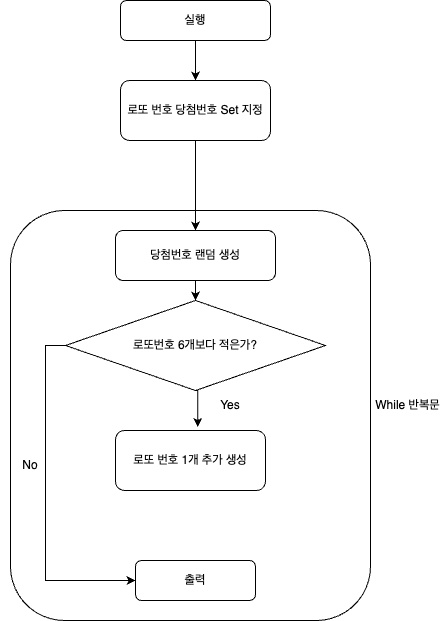
Earlier version of the draw.io export CodeStarterCamp_Week2/로또 당첨번호 생성기  순서도.png (yagom-academy/swift-starter-Round2). Source tidied: cells renumbered, new cells last; positions are measured from the earlier drawing's top-left corner, leaving out a move shared by most shapes. The source it was exported from:
```xml
<mxGraphModel>
  <root>
    <mxCell id="0" />
    <mxCell id="1" parent="0" />
    <mxCell id="2" style="edgeStyle=orthogonalEdgeStyle;rounded=0;jettySize=auto;html=1;exitX=0.5;exitY=1;exitDx=0;exitDy=0;entryX=0.5;entryY=0;entryDx=0;entryDy=0;" parent="1" edge="1" source="3" target="6">
      <mxGeometry relative="1" as="geometry" />
    </mxCell>
    <mxCell id="3" value="실행" style="rounded=1;whiteSpace=wrap;html=1;fontSize=12;glass=0;strokeWidth=1;shadow=0;" parent="1" vertex="1">
      <mxGeometry x="120" width="150" height="40" as="geometry" />
    </mxCell>
    <mxCell id="4" value="출력" style="rounded=1;whiteSpace=wrap;html=1;fontSize=12;glass=0;strokeWidth=1;shadow=0;" parent="1" vertex="1">
      <mxGeometry x="135" y="560" width="120" height="40" as="geometry" />
    </mxCell>
    <mxCell id="5" style="edgeStyle=orthogonalEdgeStyle;rounded=0;jettySize=auto;html=1;exitX=0.5;exitY=1;exitDx=0;exitDy=0;entryX=0.5;entryY=0;entryDx=0;entryDy=0;" parent="1" edge="1" source="6" target="9">
      <mxGeometry relative="1" as="geometry" />
    </mxCell>
    <mxCell id="6" value="로또 번호 당첨번호 Set 지정" style="rounded=1;whiteSpace=wrap;html=1;" parent="1" vertex="1">
      <mxGeometry x="120" y="80" width="150" height="60" as="geometry" />
    </mxCell>
    <mxCell id="7" value="로또 번호 1개 추가 생성" style="rounded=1;whiteSpace=wrap;html=1;" parent="1" vertex="1">
      <mxGeometry x="115" y="430" width="150" height="60" as="geometry" />
    </mxCell>
    <mxCell id="8" style="edgeStyle=orthogonalEdgeStyle;rounded=0;jettySize=auto;html=1;exitX=0.5;exitY=1;exitDx=0;exitDy=0;entryX=0.5;entryY=0;entryDx=0;entryDy=0;" parent="1" edge="1" source="9" target="15">
      <mxGeometry relative="1" as="geometry" />
    </mxCell>
    <mxCell id="9" value="당첨번호 랜덤 생성" style="rounded=1;whiteSpace=wrap;html=1;" parent="1" vertex="1">
      <mxGeometry x="115" y="230" width="160" height="50" as="geometry" />
    </mxCell>
    <mxCell id="10" value="Yes" style="text;html=1;strokeColor=none;fillColor=none;align=center;verticalAlign=middle;whiteSpace=wrap;rounded=0;" parent="1" vertex="1">
      <mxGeometry x="200" y="390" width="60" height="30" as="geometry" />
    </mxCell>
    <mxCell id="11" value="No" style="text;html=1;strokeColor=none;fillColor=none;align=center;verticalAlign=middle;whiteSpace=wrap;rounded=0;" parent="1" vertex="1">
      <mxGeometry y="450" width="60" height="30" as="geometry" />
    </mxCell>
    <mxCell id="12" value="While 반복문" style="text;html=1;strokeColor=none;fillColor=none;align=center;verticalAlign=middle;whiteSpace=wrap;rounded=0;" parent="1" vertex="1">
      <mxGeometry x="370" y="390" width="75" height="30" as="geometry" />
    </mxCell>
    <mxCell id="13" style="edgeStyle=orthogonalEdgeStyle;rounded=0;jettySize=auto;html=1;exitX=0;exitY=0.5;exitDx=0;exitDy=0;entryX=0;entryY=0.5;entryDx=0;entryDy=0;" parent="1" edge="1" source="15" target="4">
      <mxGeometry relative="1" as="geometry" />
    </mxCell>
    <mxCell id="14" style="edgeStyle=orthogonalEdgeStyle;rounded=0;jettySize=auto;html=1;exitX=0.5;exitY=1;exitDx=0;exitDy=0;entryX=0.548;entryY=-0.057;entryDx=0;entryDy=0;entryPerimeter=0;" parent="1" edge="1" source="15" target="7">
      <mxGeometry relative="1" as="geometry" />
    </mxCell>
    <mxCell id="15" value="로또번호 6개보다 적은가?" style="rhombus;whiteSpace=wrap;html=1;" parent="1" vertex="1">
      <mxGeometry x="65" y="300" width="260" height="90" as="geometry" />
    </mxCell>
    <mxCell id="16" style="edgeStyle=orthogonalEdgeStyle;rounded=0;orthogonalLoop=1;jettySize=auto;html=1;exitX=0.5;exitY=1;exitDx=0;exitDy=0;" parent="1" edge="1" source="7" target="7">
      <mxGeometry relative="1" as="geometry" />
    </mxCell>
    <mxCell id="17" style="rounded=1;whiteSpace=wrap;html=1;gradientColor=none;fillColor=none;" parent="1" vertex="1">
      <mxGeometry x="10" y="210" width="360" height="410" as="geometry" />
    </mxCell>
  </root>
</mxGraphModel>
```
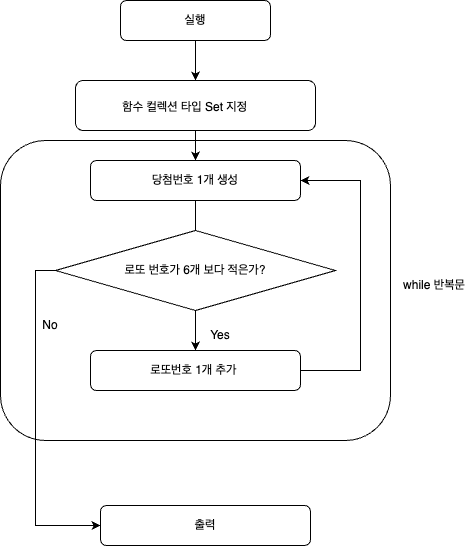
Later version of the same file.

Commit message:
순서도 수정

What changed in the source:
```diff
@@ -2,53 +2,63 @@
   <root>
     <mxCell id="0" />
     <mxCell id="1" parent="0" />
-    <mxCell id="2" style="edgeStyle=orthogonalEdgeStyle;rounded=0;jettySize=auto;html=1;exitX=0.5;exitY=1;exitDx=0;exitDy=0;entryX=0.5;entryY=0;entryDx=0;entryDy=0;" parent="1" edge="1" source="3" target="6">
-      <mxGeometry relative="1" as="geometry" />
-    </mxCell>
+    <mxCell id="18" style="edgeStyle=orthogonalEdgeStyle;rounded=0;jettySize=auto;html=1;exitX=0.5;exitY=1;exitDx=0;exitDy=0;entryX=0.5;entryY=0;entryDx=0;entryDy=0;" parent="1" edge="1" source="3" target="20">
+      <mxGeometry relative="1" as="geometry" />
+    </mxCell>
     <mxCell id="3" value="실행" style="rounded=1;whiteSpace=wrap;html=1;fontSize=12;glass=0;strokeWidth=1;shadow=0;" parent="1" vertex="1">
-      <mxGeometry x="120" width="150" height="40" as="geometry" />
+      <mxGeometry x="120" y="-20" width="150" height="40" as="geometry" />
     </mxCell>
+    <mxCell id="19" style="edgeStyle=orthogonalEdgeStyle;rounded=0;jettySize=auto;html=1;exitX=0.5;exitY=1;exitDx=0;exitDy=0;entryX=0.5;entryY=0;entryDx=0;entryDy=0;" parent="1" edge="1" source="20" target="22">
+      <mxGeometry relative="1" as="geometry" />
+    </mxCell>
+    <mxCell id="20" value="함수 컬렉션 타입 Set 지정&lt;span style=&quot;font-family: Menlo; font-size: 17px; text-align: start; color: rgba(255, 255, 255, 0.85);&quot; class=&quot;s1&quot;&gt;()&lt;/span&gt;" style="rounded=1;whiteSpace=wrap;html=1;fontSize=12;glass=0;strokeWidth=1;shadow=0;" parent="1" vertex="1">
+      <mxGeometry x="75" y="60" width="240" height="50" as="geometry" />
+    </mxCell>
+    <mxCell id="21" style="edgeStyle=orthogonalEdgeStyle;rounded=0;jettySize=auto;html=1;" parent="1" edge="1" source="22">
+      <mxGeometry relative="1" as="geometry">
+        <mxPoint x="195" y="240" as="targetPoint" />
+      </mxGeometry>
+    </mxCell>
+    <mxCell id="22" value="당첨번호 1개 생성" style="rounded=1;whiteSpace=wrap;html=1;fontSize=12;glass=0;strokeWidth=1;shadow=0;" parent="1" vertex="1">
+      <mxGeometry x="90" y="140" width="210" height="40" as="geometry" />
+    </mxCell>
+    <mxCell id="23" style="edgeStyle=orthogonalEdgeStyle;rounded=0;orthogonalLoop=1;jettySize=auto;html=1;exitX=0.5;exitY=1;exitDx=0;exitDy=0;" parent="1" edge="1" source="20" target="20">
+      <mxGeometry relative="1" as="geometry" />
+    </mxCell>
+    <mxCell id="24" style="edgeStyle=orthogonalEdgeStyle;rounded=0;jettySize=auto;html=1;entryX=0.5;entryY=0;entryDx=0;entryDy=0;" parent="1" edge="1" source="26" target="28">
+      <mxGeometry relative="1" as="geometry" />
+    </mxCell>
+    <mxCell id="25" style="edgeStyle=orthogonalEdgeStyle;rounded=0;jettySize=auto;html=1;exitX=0;exitY=0.5;exitDx=0;exitDy=0;entryX=0;entryY=0.5;entryDx=0;entryDy=0;" parent="1" edge="1" source="26" target="4">
+      <mxGeometry relative="1" as="geometry" />
+    </mxCell>
+    <mxCell id="26" value="로또 번호가 6개 보다 적은가?" style="rhombus;whiteSpace=wrap;html=1;" parent="1" vertex="1">
+      <mxGeometry x="55" y="210" width="280" height="80" as="geometry" />
+    </mxCell>
+    <mxCell id="27" style="edgeStyle=orthogonalEdgeStyle;rounded=0;jettySize=auto;html=1;entryX=1;entryY=0.5;entryDx=0;entryDy=0;" parent="1" edge="1" source="28" target="22">
+      <mxGeometry relative="1" as="geometry">
+        <Array as="points">
+          <mxPoint x="360" y="350" />
+          <mxPoint x="360" y="160" />
+        </Array>
+      </mxGeometry>
+    </mxCell>
+    <mxCell id="28" value="로또번호 1개 추가&amp;nbsp;" style="rounded=1;whiteSpace=wrap;html=1;fontSize=12;glass=0;strokeWidth=1;shadow=0;" parent="1" vertex="1">
+      <mxGeometry x="90" y="330" width="210" height="40" as="geometry" />
+    </mxCell>
     <mxCell id="4" value="출력" style="rounded=1;whiteSpace=wrap;html=1;fontSize=12;glass=0;strokeWidth=1;shadow=0;" parent="1" vertex="1">
-      <mxGeometry x="135" y="560" width="120" height="40" as="geometry" />
+      <mxGeometry x="100" y="485" width="210" height="40" as="geometry" />
     </mxCell>
-    <mxCell id="5" style="edgeStyle=orthogonalEdgeStyle;rounded=0;jettySize=auto;html=1;exitX=0.5;exitY=1;exitDx=0;exitDy=0;entryX=0.5;entryY=0;entryDx=0;entryDy=0;" parent="1" edge="1" source="6" target="9">
-      <mxGeometry relative="1" as="geometry" />
-    </mxCell>
-    <mxCell id="6" value="로또 번호 당첨번호 Set 지정" style="rounded=1;whiteSpace=wrap;html=1;" parent="1" vertex="1">
-      <mxGeometry x="120" y="80" width="150" height="60" as="geometry" />
-    </mxCell>
-    <mxCell id="7" value="로또 번호 1개 추가 생성" style="rounded=1;whiteSpace=wrap;html=1;" parent="1" vertex="1">
-      <mxGeometry x="115" y="430" width="150" height="60" as="geometry" />
-    </mxCell>
-    <mxCell id="8" style="edgeStyle=orthogonalEdgeStyle;rounded=0;jettySize=auto;html=1;exitX=0.5;exitY=1;exitDx=0;exitDy=0;entryX=0.5;entryY=0;entryDx=0;entryDy=0;" parent="1" edge="1" source="9" target="15">
-      <mxGeometry relative="1" as="geometry" />
-    </mxCell>
-    <mxCell id="9" value="당첨번호 랜덤 생성" style="rounded=1;whiteSpace=wrap;html=1;" parent="1" vertex="1">
-      <mxGeometry x="115" y="230" width="160" height="50" as="geometry" />
-    </mxCell>
+    <mxCell id="11" value="No" style="text;html=1;strokeColor=none;fillColor=none;align=center;verticalAlign=middle;whiteSpace=wrap;rounded=0;" parent="1" vertex="1">
+      <mxGeometry x="20" y="290" width="60" height="30" as="geometry" />
+    </mxCell>
     <mxCell id="10" value="Yes" style="text;html=1;strokeColor=none;fillColor=none;align=center;verticalAlign=middle;whiteSpace=wrap;rounded=0;" parent="1" vertex="1">
-      <mxGeometry x="200" y="390" width="60" height="30" as="geometry" />
+      <mxGeometry x="190" y="300" width="60" height="30" as="geometry" />
     </mxCell>
-    <mxCell id="11" value="No" style="text;html=1;strokeColor=none;fillColor=none;align=center;verticalAlign=middle;whiteSpace=wrap;rounded=0;" parent="1" vertex="1">
-      <mxGeometry y="450" width="60" height="30" as="geometry" />
-    </mxCell>
-    <mxCell id="12" value="While 반복문" style="text;html=1;strokeColor=none;fillColor=none;align=center;verticalAlign=middle;whiteSpace=wrap;rounded=0;" parent="1" vertex="1">
-      <mxGeometry x="370" y="390" width="75" height="30" as="geometry" />
-    </mxCell>
-    <mxCell id="13" style="edgeStyle=orthogonalEdgeStyle;rounded=0;jettySize=auto;html=1;exitX=0;exitY=0.5;exitDx=0;exitDy=0;entryX=0;entryY=0.5;entryDx=0;entryDy=0;" parent="1" edge="1" source="15" target="4">
-      <mxGeometry relative="1" as="geometry" />
-    </mxCell>
-    <mxCell id="14" style="edgeStyle=orthogonalEdgeStyle;rounded=0;jettySize=auto;html=1;exitX=0.5;exitY=1;exitDx=0;exitDy=0;entryX=0.548;entryY=-0.057;entryDx=0;entryDy=0;entryPerimeter=0;" parent="1" edge="1" source="15" target="7">
-      <mxGeometry relative="1" as="geometry" />
-    </mxCell>
-    <mxCell id="15" value="로또번호 6개보다 적은가?" style="rhombus;whiteSpace=wrap;html=1;" parent="1" vertex="1">
-      <mxGeometry x="65" y="300" width="260" height="90" as="geometry" />
-    </mxCell>
-    <mxCell id="16" style="edgeStyle=orthogonalEdgeStyle;rounded=0;orthogonalLoop=1;jettySize=auto;html=1;exitX=0.5;exitY=1;exitDx=0;exitDy=0;" parent="1" edge="1" source="7" target="7">
-      <mxGeometry relative="1" as="geometry" />
-    </mxCell>
-    <mxCell id="17" style="rounded=1;whiteSpace=wrap;html=1;gradientColor=none;fillColor=none;" parent="1" vertex="1">
-      <mxGeometry x="10" y="210" width="360" height="410" as="geometry" />
-    </mxCell>
+    <mxCell id="29" value="while 반복문" style="text;html=1;strokeColor=none;fillColor=none;align=center;verticalAlign=middle;whiteSpace=wrap;rounded=0;" parent="1" vertex="1">
+      <mxGeometry x="394" y="250" width="80" height="30" as="geometry" />
+    </mxCell>
+    <mxCell id="30" style="rounded=1;whiteSpace=wrap;html=1;fillColor=none;" parent="1" vertex="1">
+      <mxGeometry y="120" width="390" height="300" as="geometry" />
+    </mxCell>
   </root>
 </mxGraphModel>
```
